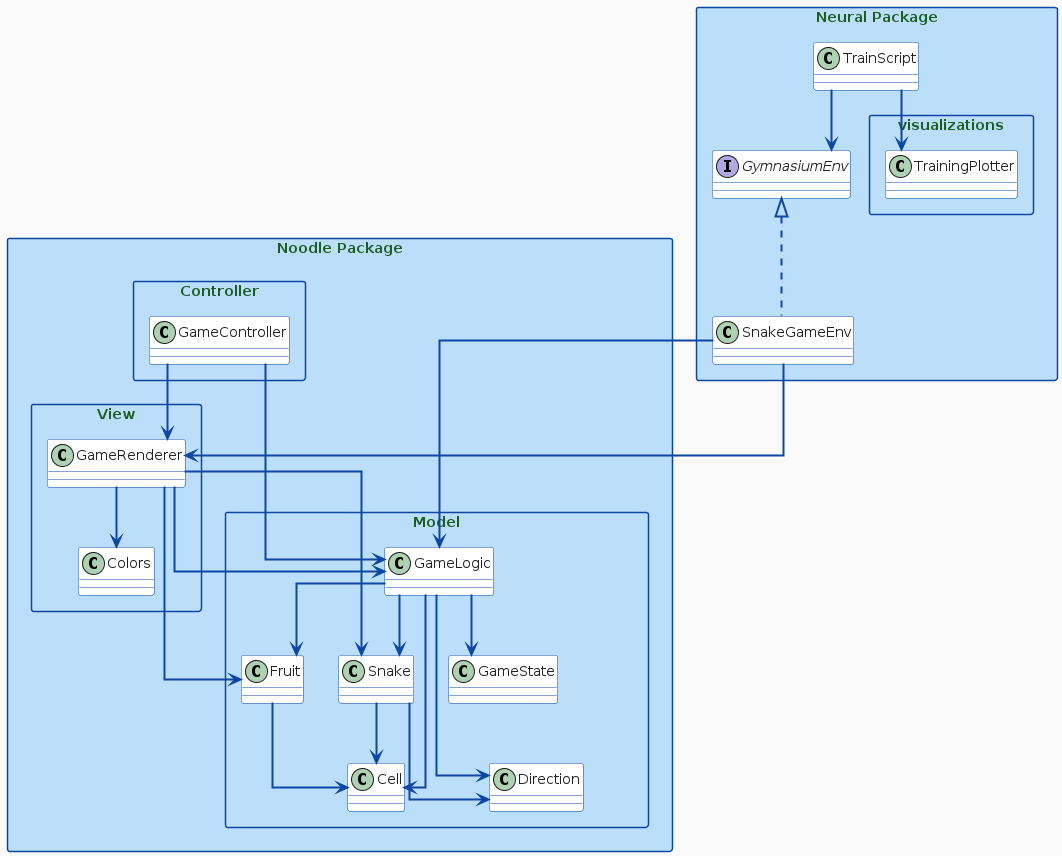
Above: docs/architecture.png in tctibbs/neural-noodle (PlantUML), before the change.
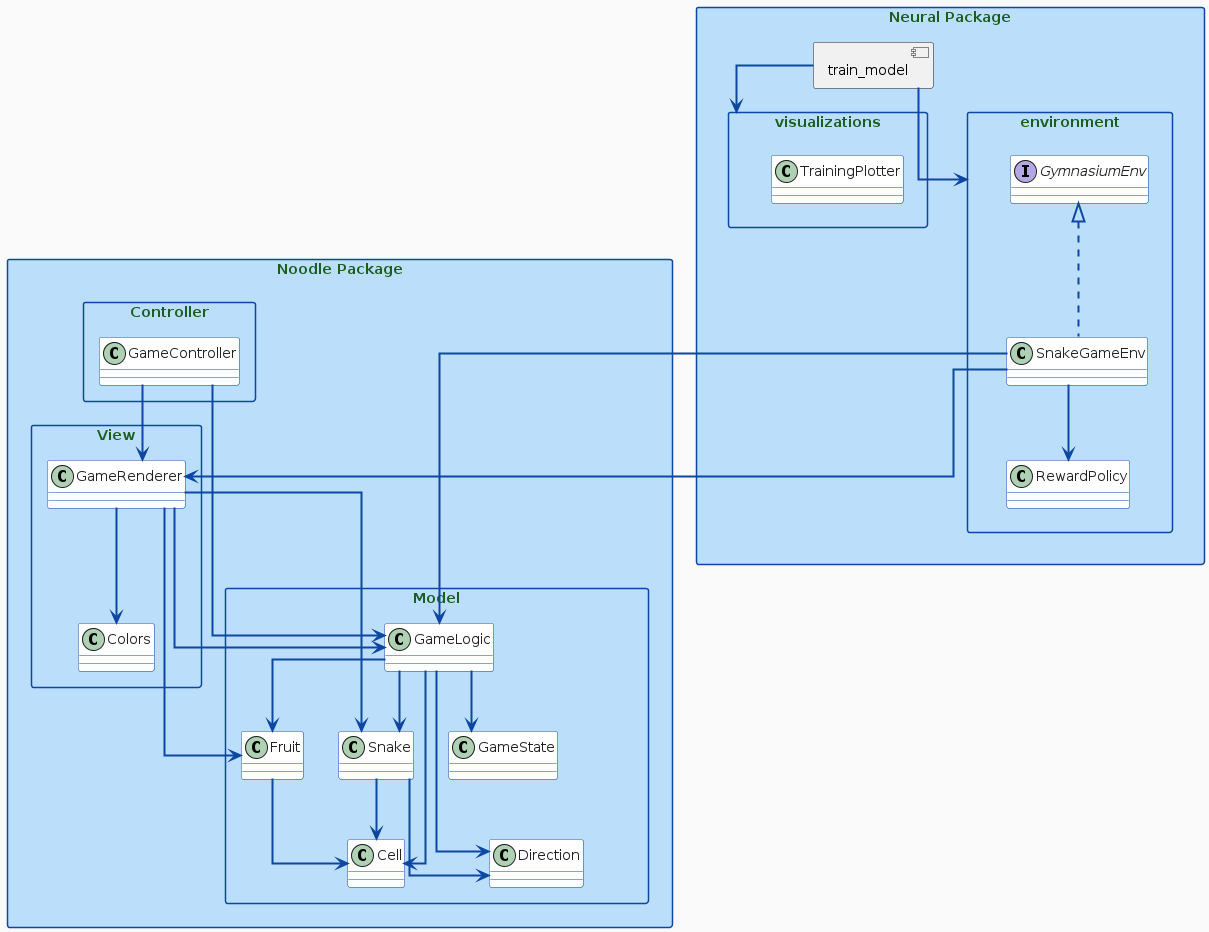
After the change.

Commit message:
Created environment package

Change to the diagram source:
```diff
@@ -1,7 +1,8 @@
-@startuml "Neural Noodle"
+@startuml "architecture"
 
 top to bottom direction
 skinparam packageStyle rect
+allow_mixing
 
 skinparam linetype ortho
 
@@ -45,14 +46,21 @@
 }
 
 package "Neural Package" {
-    class TrainScript
+  component train_model
 
-    package visualizations {
-      class TrainingPlotter
-    }
+  package visualizations {
+    class TrainingPlotter
+  }
+
+  package environment {
+    class RewardPolicy
 
     interface GymnasiumEnv
     class SnakeGameEnv implements GymnasiumEnv
+  }
+
+
+
 }
 
 GameController --> GameLogic
@@ -74,9 +82,10 @@
 GameRenderer --> Fruit
 GameRenderer --> Colors
 
-TrainScript --> GymnasiumEnv
-TrainScript --> TrainingPlotter
+train_model --> visualizations
+train_model --> environment
 SnakeGameEnv --> GameLogic
 SnakeGameEnv --> GameRenderer
+SnakeGameEnv --> RewardPolicy
 
 @enduml
```
